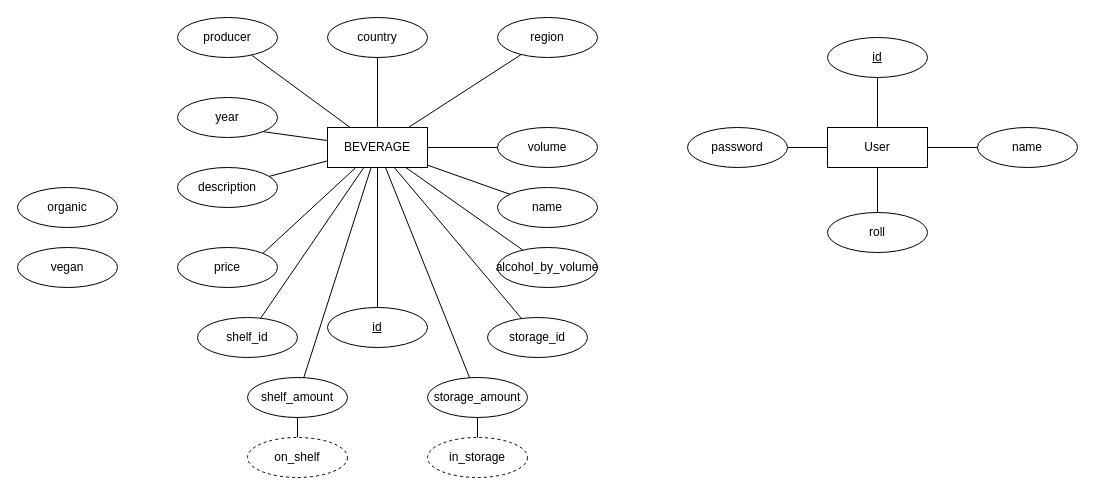
This is ER.drawio from moaberglund/fullstack-project, a draw.io file, before an edit. Source tidied: cells renumbered, new cells numbered last; positions are measured from the earlier drawing's top-left corner, leaving out a move shared by most shapes. Both pictures are drawn from the tidied source at 100%, with x=0, y=0 at pixel (17, 17).
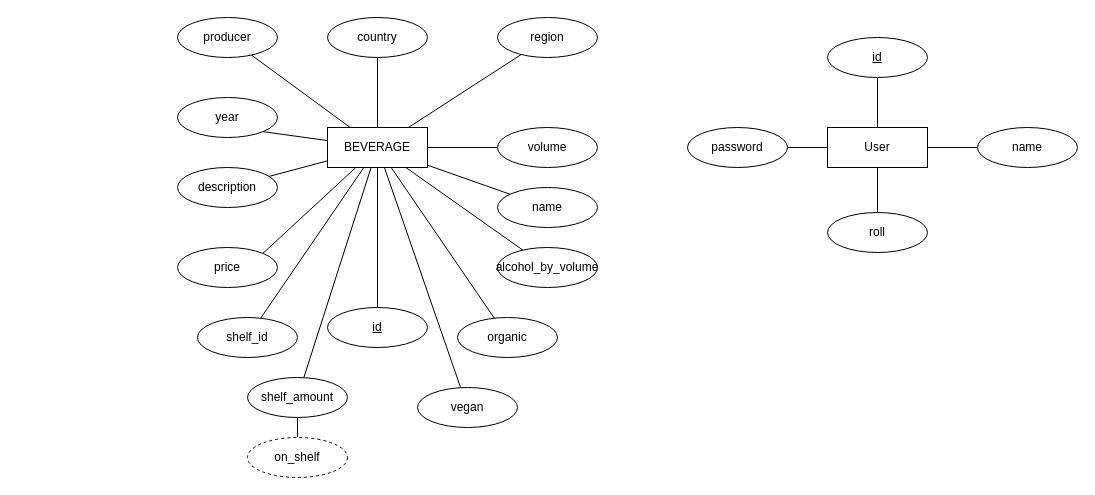
Above is the later version.

Unchanged cells that the change refers to:
```xml
<mxCell id="13" value="BEVERAGE" style="whiteSpace=wrap;html=1;align=center;" parent="1" vertex="1">
  <mxGeometry x="310" y="110" width="100" height="40" as="geometry" />
</mxCell>
```

The edit, as a diff of the source:
```diff
@@
-    <mxCell id="2" value="in_storage" style="ellipse;whiteSpace=wrap;html=1;align=center;dashed=1;" parent="1" vertex="1">
-      <mxGeometry x="410" y="420" width="100" height="40" as="geometry" />
-    </mxCell>
@@
-    <mxCell id="28" style="edgeStyle=none;html=1;endArrow=none;endFill=0;" parent="1" edge="1" source="30" target="13">
+    <mxCell id="28" style="edgeStyle=none;html=1;endArrow=none;endFill=0;" parent="1" edge="1" source="45" target="13">
       <mxGeometry relative="1" as="geometry" />
     </mxCell>
-    <mxCell id="29" style="edgeStyle=none;html=1;endArrow=none;endFill=0;" parent="1" edge="1" source="30" target="2">
-      <mxGeometry relative="1" as="geometry" />
-    </mxCell>
-    <mxCell id="30" value="storage_amount" style="ellipse;whiteSpace=wrap;html=1;align=center;" parent="1" vertex="1">
-      <mxGeometry x="410" y="360" width="100" height="40" as="geometry" />
-    </mxCell>
@@
-    <mxCell id="38" style="edgeStyle=none;html=1;endArrow=none;endFill=0;" parent="1" edge="1" source="39" target="13">
+    <mxCell id="38" style="edgeStyle=none;html=1;endArrow=none;endFill=0;" parent="1" edge="1" source="44" target="13">
       <mxGeometry relative="1" as="geometry" />
     </mxCell>
-    <mxCell id="39" value="storage_id" style="ellipse;whiteSpace=wrap;html=1;align=center;" parent="1" vertex="1">
-      <mxGeometry x="470" y="300" width="100" height="40" as="geometry" />
-    </mxCell>
@@
     <mxCell id="44" value="organic" style="ellipse;whiteSpace=wrap;html=1;align=center;" parent="1" vertex="1">
-      <mxGeometry y="170" width="100" height="40" as="geometry" />
+      <mxGeometry x="440" y="300" width="100" height="40" as="geometry" />
     </mxCell>
     <mxCell id="45" value="vegan" style="ellipse;whiteSpace=wrap;html=1;align=center;" parent="1" vertex="1">
-      <mxGeometry y="230" width="100" height="40" as="geometry" />
+      <mxGeometry x="400" y="370" width="100" height="40" as="geometry" />
     </mxCell>
```
